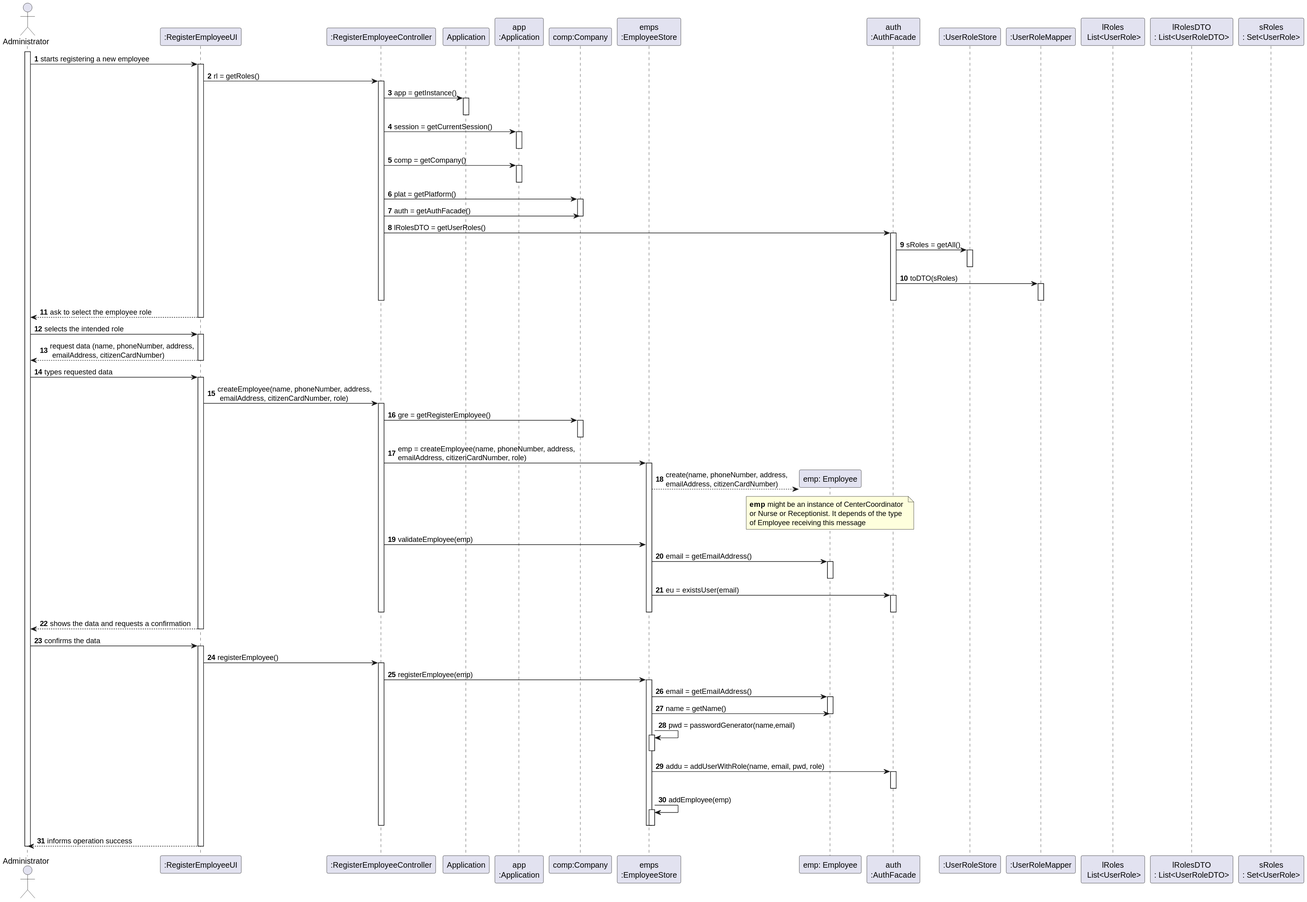
diogonapoles/isep-lapr2 keeps this PlantUML diagram as docs/SprintB/UserStories/US10/US010_SD.svg. Above is the earlier version.
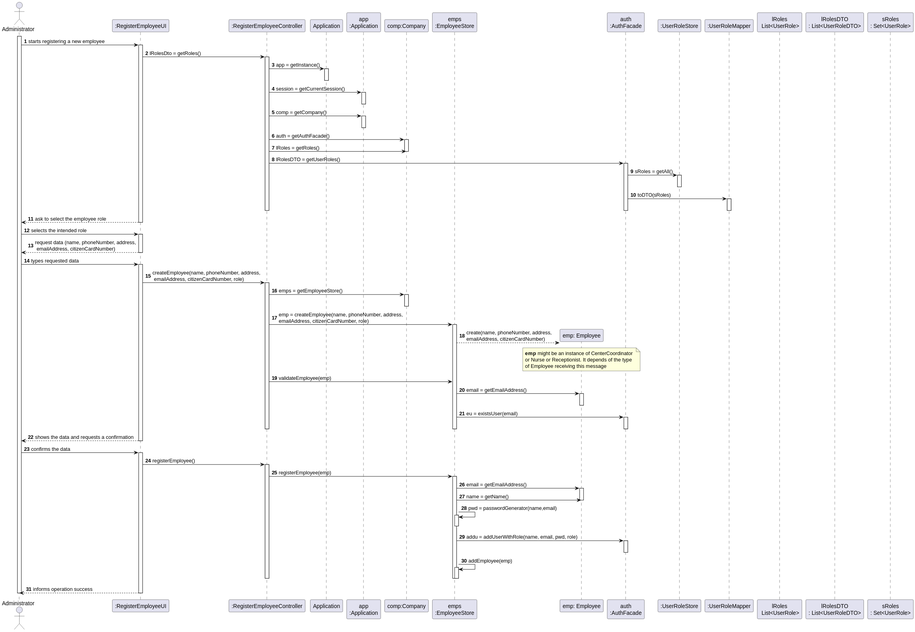
Above is the later version.

What changed in the source:
```diff
@@ -24,7 +24,7 @@
 ADM -> UI : starts registering a new employee
 activate UI
 
-UI -> CTRL : rl = getRoles()
+UI -> CTRL : lRolesDto = getRoles()
 activate CTRL
 
 CTRL -> APP : app = getInstance()
@@ -39,12 +39,14 @@
 activate App
 deactivate App
 
-
-CTRL -> COMP : plat = getPlatform()
+CTRL -> COMP: auth = getAuthFacade()
 activate COMP
 
-CTRL -> COMP: auth = getAuthFacade()
+
+CTRL -> COMP: lRoles = getRoles()
 deactivate COMP
+
+
 
 CTRL -> AF : lRolesDTO = getUserRoles()
 activate AF
@@ -80,7 +82,7 @@
 UI -> CTRL :createEmployee(name, phoneNumber, address,\n emailAddress, citizenCardNumber, role)
 activate CTRL
 
-CTRL -> COMP : gre = getRegisterEmployee()
+CTRL -> COMP : emps = getEmployeeStore()
 activate COMP
 deactivate COMP
 
```
